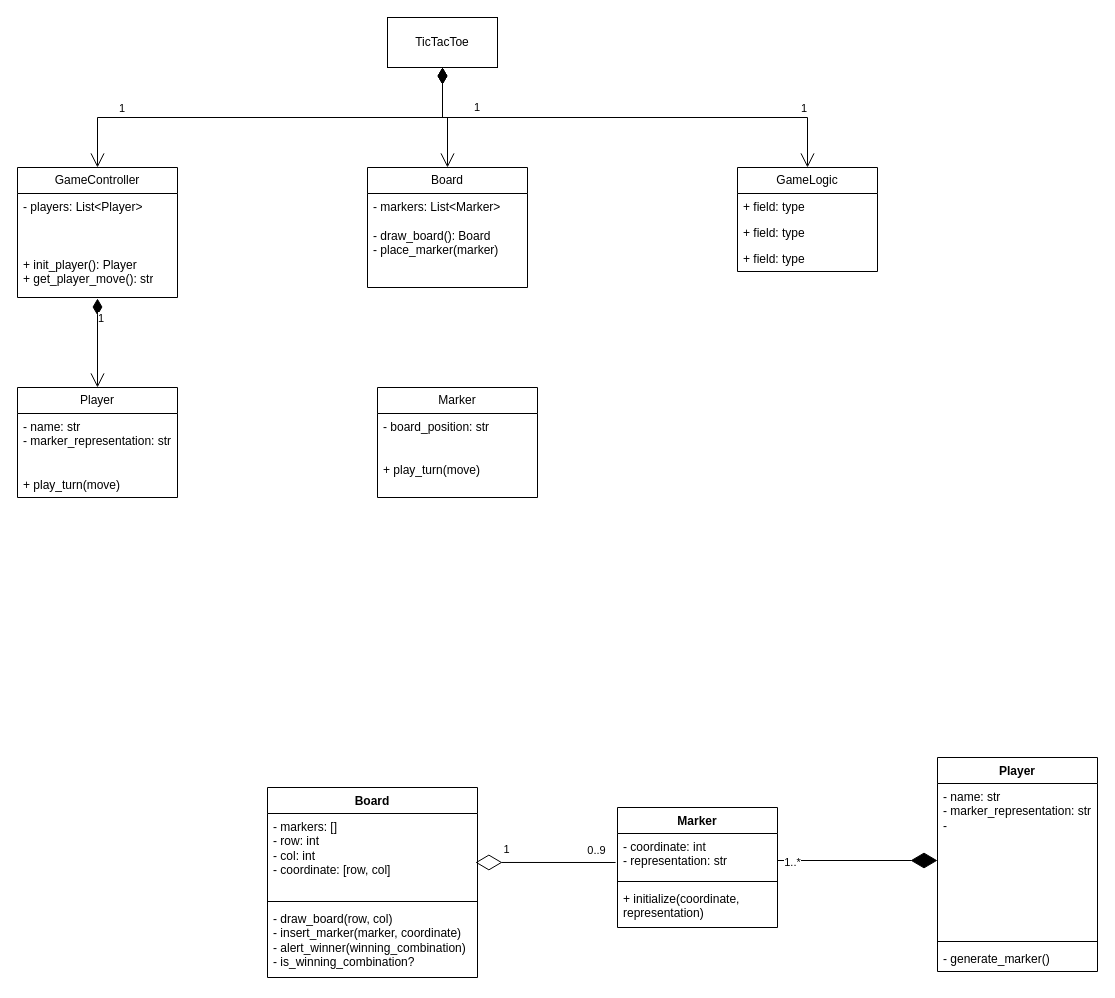
Earlier version of the draw.io diagram tic tac toe.drawio (ZephyRemix/tic-tac-toe). Source tidied: cells renumbered, new cells numbered last; positions are measured from the earlier drawing's top-left corner, leaving out a move shared by most shapes. Both pictures are drawn from the tidied source at 100%, with x=0, y=0 at pixel (17, 17).
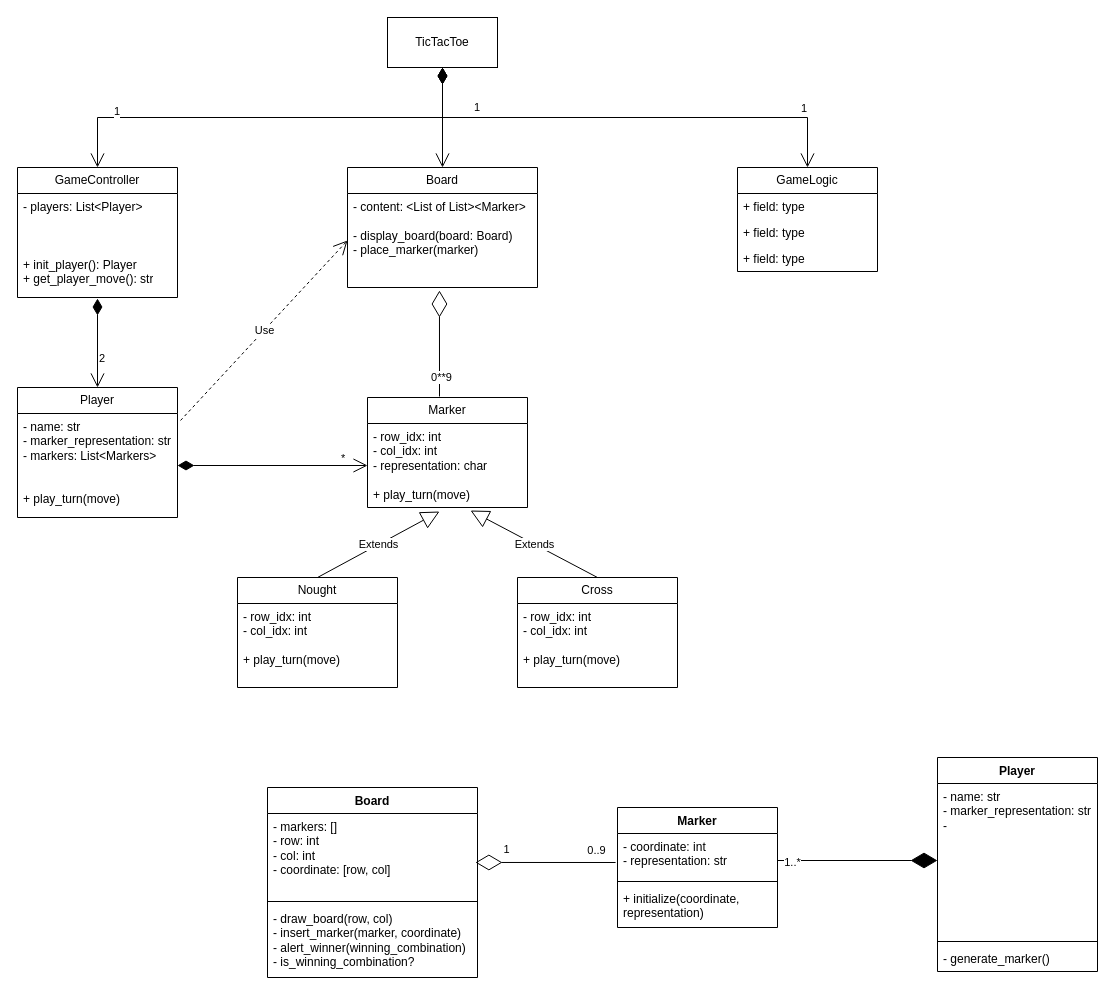
The same diagram, later.

Commit message:
Insert logic to display board and its contents (X or O)

What changed in the source:
```diff
@@
     <mxCell id="25" value="Board" style="swimlane;fontStyle=0;horizontal=1;startSize=26;fillColor=none;whiteSpace=wrap;html=1;" parent="1" vertex="1">
-      <mxGeometry x="350" y="150" width="160" height="120" as="geometry" />
+      <mxGeometry x="330" y="150" width="190" height="120" as="geometry" />
     </mxCell>
-    <mxCell id="26" value="- markers: List&amp;lt;Marker&amp;gt;&lt;div&gt;&lt;br&gt;&lt;/div&gt;&lt;div&gt;- draw_board(): Board&amp;nbsp;&lt;/div&gt;&lt;div&gt;- place_marker(marker)&lt;/div&gt;" style="text;strokeColor=none;fillColor=none;align=left;verticalAlign=top;spacingLeft=4;spacingRight=4;overflow=hidden;points=[[0,0.5],[1,0.5]];portConstraint=eastwest;whiteSpace=wrap;html=1;" parent="25" vertex="1">
-      <mxGeometry y="26" width="160" height="94" as="geometry" />
+    <mxCell id="26" value="- content: &amp;lt;List of List&amp;gt;&amp;lt;Marker&amp;gt;&lt;div&gt;&lt;br&gt;&lt;/div&gt;&lt;div&gt;- display_board(board: Board)&amp;nbsp;&lt;/div&gt;&lt;div&gt;- place_marker(marker)&lt;/div&gt;" style="text;strokeColor=none;fillColor=none;align=left;verticalAlign=top;spacingLeft=4;spacingRight=4;overflow=hidden;points=[[0,0.5],[1,0.5]];portConstraint=eastwest;whiteSpace=wrap;html=1;" parent="25" vertex="1">
+      <mxGeometry y="26" width="190" height="94" as="geometry" />
     </mxCell>
@@
     <mxCell id="31" value="Player" style="swimlane;fontStyle=0;horizontal=1;startSize=26;fillColor=none;whiteSpace=wrap;html=1;" parent="1" vertex="1">
-      <mxGeometry y="370" width="160" height="110" as="geometry" />
+      <mxGeometry y="370" width="160" height="130" as="geometry" />
     </mxCell>
-    <mxCell id="32" value="&lt;div&gt;- name: str&lt;br&gt;- marker_representation: str&lt;/div&gt;&lt;div&gt;&lt;br&gt;&lt;/div&gt;&lt;div&gt;&lt;br&gt;&lt;/div&gt;&lt;div&gt;+ play_turn(move)&lt;/div&gt;" style="text;strokeColor=none;fillColor=none;align=left;verticalAlign=top;spacingLeft=4;spacingRight=4;overflow=hidden;points=[[0,0.5],[1,0.5]];portConstraint=eastwest;whiteSpace=wrap;html=1;" parent="31" vertex="1">
-      <mxGeometry y="26" width="160" height="84" as="geometry" />
+    <mxCell id="32" value="&lt;div&gt;- name: str&lt;br&gt;- marker_representation: str&lt;/div&gt;&lt;div&gt;- markers: List&amp;lt;Markers&amp;gt;&lt;/div&gt;&lt;div&gt;&lt;br&gt;&lt;/div&gt;&lt;div&gt;&lt;br&gt;&lt;/div&gt;&lt;div&gt;+ play_turn(move)&lt;/div&gt;" style="text;strokeColor=none;fillColor=none;align=left;verticalAlign=top;spacingLeft=4;spacingRight=4;overflow=hidden;points=[[0,0.5],[1,0.5]];portConstraint=eastwest;whiteSpace=wrap;html=1;" parent="31" vertex="1">
+      <mxGeometry y="26" width="160" height="104" as="geometry" />
     </mxCell>
@@
-    <mxCell id="36" value="1" style="endArrow=open;html=1;endSize=12;startArrow=diamondThin;startSize=14;startFill=1;align=left;verticalAlign=bottom;rounded=0;" parent="1" edge="1" target="31">
-      <mxGeometry x="-0.34" y="-1" relative="1" as="geometry">
+    <mxCell id="36" value="2" style="endArrow=open;html=1;endSize=12;startArrow=diamondThin;startSize=14;startFill=1;align=left;verticalAlign=bottom;rounded=0;" parent="1" edge="1" target="31">
+      <mxGeometry x="0.55" relative="1" as="geometry">
         <mxPoint x="80" y="281" as="sourcePoint" />
       </mxGeometry>
     </mxCell>
     <mxCell id="37" value="Marker" style="swimlane;fontStyle=0;horizontal=1;startSize=26;fillColor=none;whiteSpace=wrap;html=1;" parent="1" vertex="1">
-      <mxGeometry x="360" y="370" width="160" height="110" as="geometry" />
+      <mxGeometry x="350" y="380" width="160" height="110" as="geometry" />
     </mxCell>
-    <mxCell id="38" value="&lt;div&gt;- board_position: str&lt;br&gt;&lt;/div&gt;&lt;div&gt;&lt;br&gt;&lt;/div&gt;&lt;div&gt;&lt;br&gt;&lt;/div&gt;&lt;div&gt;+ play_turn(move)&lt;/div&gt;" style="text;strokeColor=none;fillColor=none;align=left;verticalAlign=top;spacingLeft=4;spacingRight=4;overflow=hidden;points=[[0,0.5],[1,0.5]];portConstraint=eastwest;whiteSpace=wrap;html=1;" parent="37" vertex="1">
+    <mxCell id="38" value="&lt;div&gt;- row_idx: int&lt;br&gt;&lt;/div&gt;&lt;div&gt;- col_idx: int&lt;/div&gt;&lt;div&gt;- representation: char&lt;/div&gt;&lt;div&gt;&lt;br&gt;&lt;/div&gt;&lt;div&gt;+ play_turn(move)&lt;/div&gt;" style="text;strokeColor=none;fillColor=none;align=left;verticalAlign=top;spacingLeft=4;spacingRight=4;overflow=hidden;points=[[0,0.5],[1,0.5]];portConstraint=eastwest;whiteSpace=wrap;html=1;" parent="37" vertex="1">
       <mxGeometry y="26" width="160" height="84" as="geometry" />
     </mxCell>
+    <mxCell id="39" value="*" style="endArrow=open;html=1;endSize=12;startArrow=diamondThin;startSize=14;startFill=1;align=left;verticalAlign=bottom;rounded=0;exitX=1;exitY=0.5;exitDx=0;exitDy=0;" parent="1" edge="1" source="32" target="38">
+      <mxGeometry x="0.7" y="-2" relative="1" as="geometry" />
+    </mxCell>
+    <mxCell id="40" value="Use" style="endArrow=open;endSize=12;dashed=1;html=1;rounded=0;exitX=1.019;exitY=0.067;exitDx=0;exitDy=0;exitPerimeter=0;entryX=0;entryY=0.5;entryDx=0;entryDy=0;" parent="1" edge="1" source="32" target="26">
+      <mxGeometry relative="1" as="geometry" />
+    </mxCell>
+    <mxCell id="41" value="Nought" style="swimlane;fontStyle=0;horizontal=1;startSize=26;fillColor=none;whiteSpace=wrap;html=1;" parent="1" vertex="1">
+      <mxGeometry x="220" y="560" width="160" height="110" as="geometry" />
+    </mxCell>
+    <mxCell id="42" value="&lt;div&gt;- row_idx: int&lt;br&gt;&lt;/div&gt;&lt;div&gt;- col_idx: int&lt;/div&gt;&lt;div&gt;&lt;br&gt;&lt;/div&gt;&lt;div&gt;+ play_turn(move)&lt;/div&gt;" style="text;strokeColor=none;fillColor=none;align=left;verticalAlign=top;spacingLeft=4;spacingRight=4;overflow=hidden;whiteSpace=wrap;html=1;" parent="41" vertex="1">
+      <mxGeometry y="26" width="160" height="84" as="geometry" />
+    </mxCell>
+    <mxCell id="43" value="Cross" style="swimlane;fontStyle=0;horizontal=1;startSize=26;fillColor=none;whiteSpace=wrap;html=1;" parent="1" vertex="1">
+      <mxGeometry x="500" y="560" width="160" height="110" as="geometry" />
+    </mxCell>
+    <mxCell id="44" value="&lt;div&gt;- row_idx: int&lt;br&gt;&lt;/div&gt;&lt;div&gt;- col_idx: int&lt;/div&gt;&lt;div&gt;&lt;br&gt;&lt;/div&gt;&lt;div&gt;+ play_turn(move)&lt;/div&gt;" style="text;strokeColor=none;fillColor=none;align=left;verticalAlign=top;spacingLeft=4;spacingRight=4;overflow=hidden;whiteSpace=wrap;html=1;" parent="43" vertex="1">
+      <mxGeometry y="26" width="160" height="84" as="geometry" />
+    </mxCell>
+    <mxCell id="45" value="Extends" style="endArrow=block;endSize=16;endFill=0;html=1;rounded=0;exitX=0.5;exitY=0;exitDx=0;exitDy=0;entryX=0.45;entryY=1.048;entryDx=0;entryDy=0;entryPerimeter=0;" parent="1" edge="1" source="41" target="38">
+      <mxGeometry x="-0.01" relative="1" as="geometry" />
+    </mxCell>
+    <mxCell id="46" value="Extends" style="endArrow=block;endSize=16;endFill=0;html=1;rounded=0;exitX=0.5;exitY=0;exitDx=0;exitDy=0;entryX=0.644;entryY=1.036;entryDx=0;entryDy=0;entryPerimeter=0;" parent="1" edge="1" source="43" target="38">
+      <mxGeometry x="-0.01" relative="1" as="geometry" />
+    </mxCell>
+    <mxCell id="47" style="endArrow=diamondThin;endFill=0;endSize=24;html=1;rounded=0;entryX=0.484;entryY=1.032;entryDx=0;entryDy=0;entryPerimeter=0;exitX=0.45;exitY=-0.009;exitDx=0;exitDy=0;exitPerimeter=0;" parent="1" edge="1" source="37" target="26">
+      <mxGeometry relative="1" as="geometry" />
+    </mxCell>
+    <mxCell id="48" value="0**9" style="edgeLabel;html=1;align=center;verticalAlign=middle;" parent="47" vertex="1">
+      <mxGeometry x="-0.62" y="-2" relative="1" as="geometry" />
+    </mxCell>
```
